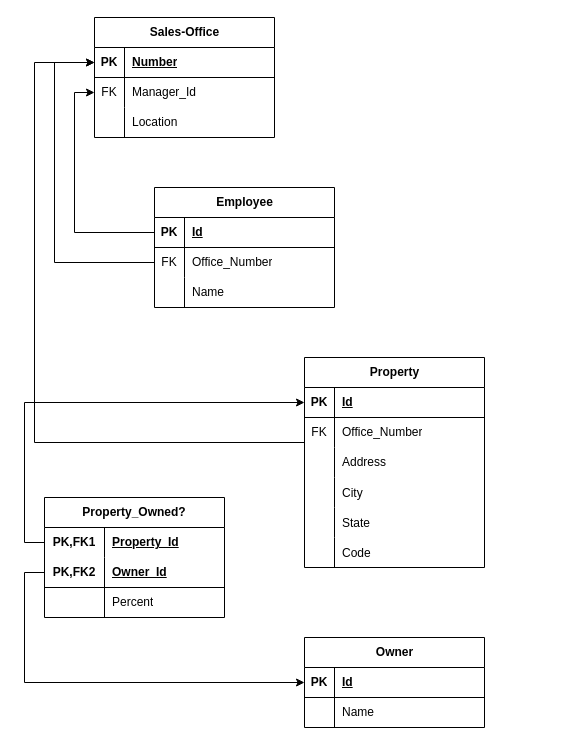
omareldesokyy/ERD keeps this draw.io diagram as Mapping/mapping-sales.drawio. Above is the earlier version. Source tidied: cells renumbered, new cells numbered last; positions are measured from the earlier drawing's top-left corner, leaving out a move shared by most shapes. Both pictures are drawn from the tidied source at 100%, with x=0, y=0 at pixel (34, 17).
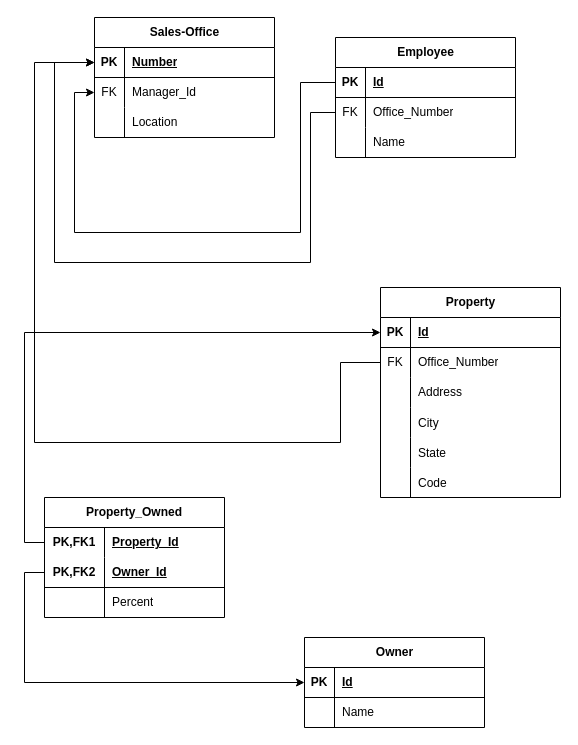
Above is the later version.

The change refers to these unchanged cells:
```xml
<mxCell id="3" style="shape=tableRow;horizontal=0;startSize=0;swimlaneHead=0;swimlaneBody=0;fillColor=none;points=[[0,0.5],[1,0.5]];portConstraint=eastwest;top=0;left=0;right=0;bottom=1;" parent="2" vertex="1">
  <mxGeometry y="30" width="180" height="30" as="geometry" />
</mxCell>
<mxCell id="6" style="shape=tableRow;horizontal=0;startSize=0;swimlaneHead=0;swimlaneBody=0;fillColor=none;points=[[0,0.5],[1,0.5]];portConstraint=eastwest;top=0;left=0;right=0;bottom=0;" parent="2" vertex="1">
  <mxGeometry y="60" width="180" height="30" as="geometry" />
</mxCell>
<mxCell id="13" style="shape=tableRow;horizontal=0;startSize=0;swimlaneHead=0;swimlaneBody=0;fillColor=none;points=[[0,0.5],[1,0.5]];portConstraint=eastwest;top=0;left=0;right=0;bottom=1;shadow=0;" parent="12" vertex="1">
  <mxGeometry y="30" width="180" height="30" as="geometry" />
</mxCell>
<mxCell id="16" style="shape=tableRow;horizontal=0;startSize=0;swimlaneHead=0;swimlaneBody=0;fillColor=none;points=[[0,0.5],[1,0.5]];portConstraint=eastwest;top=0;left=0;right=0;bottom=0;" parent="12" vertex="1">
  <mxGeometry y="60" width="180" height="30" as="geometry" />
</mxCell>
<mxCell id="26" style="shape=tableRow;horizontal=0;startSize=0;swimlaneHead=0;swimlaneBody=0;fillColor=none;points=[[0,0.5],[1,0.5]];portConstraint=eastwest;top=0;left=0;right=0;bottom=0;" parent="22" vertex="1">
  <mxGeometry y="60" width="180" height="30" as="geometry" />
</mxCell>
```

What changed in the source:
```diff
@@
     <mxCell id="12" value="Employee" style="shape=table;startSize=30;childLayout=tableLayout;rowLines=0;fontStyle=1;align=center;html=1;shadow=0;" parent="1" vertex="1">
-      <mxGeometry x="120" y="170" width="180" height="120" as="geometry" />
+      <mxGeometry x="301" y="20" width="180" height="120" as="geometry" />
     </mxCell>
@@
     <mxCell id="22" value="Property" style="shape=table;startSize=30;childLayout=tableLayout;rowLines=0;fontStyle=1;align=center;html=1;" parent="1" vertex="1">
-      <mxGeometry x="270" y="340" width="180" height="210" as="geometry" />
+      <mxGeometry x="346" y="270" width="180" height="210" as="geometry" />
     </mxCell>
@@
     <mxCell id="48" style="edgeStyle=orthogonalEdgeStyle;rounded=0;jettySize=auto;html=1;exitX=0;exitY=0.5;exitDx=0;exitDy=0;entryX=0;entryY=0.5;entryDx=0;entryDy=0;" parent="1" edge="1" source="16" target="3">
       <mxGeometry relative="1" as="geometry">
         <Array as="points">
+          <mxPoint x="276" y="95" />
+          <mxPoint x="276" y="245" />
           <mxPoint x="20" y="245" />
           <mxPoint x="20" y="45" />
         </Array>
       </mxGeometry>
     </mxCell>
     <mxCell id="49" style="edgeStyle=orthogonalEdgeStyle;rounded=0;jettySize=auto;html=1;exitX=0;exitY=0.5;exitDx=0;exitDy=0;entryX=0;entryY=0.5;entryDx=0;entryDy=0;" parent="1" edge="1" source="13" target="6">
       <mxGeometry relative="1" as="geometry">
         <Array as="points">
+          <mxPoint x="266" y="65" />
+          <mxPoint x="266" y="215" />
           <mxPoint x="40" y="215" />
           <mxPoint x="40" y="75" />
         </Array>
       </mxGeometry>
     </mxCell>
     <mxCell id="50" style="edgeStyle=orthogonalEdgeStyle;rounded=0;jettySize=auto;html=1;exitX=0;exitY=0.5;exitDx=0;exitDy=0;entryX=0;entryY=0.5;entryDx=0;entryDy=0;" parent="1" edge="1" source="26" target="3">
       <mxGeometry relative="1" as="geometry">
         <Array as="points">
+          <mxPoint x="306" y="345" />
+          <mxPoint x="306" y="425" />
           <mxPoint y="425" />
           <mxPoint y="45" />
         </Array>
       </mxGeometry>
     </mxCell>
-    <mxCell id="51" value="&lt;span style=&quot;text-wrap-mode: nowrap;&quot;&gt;Property_Owned?&lt;/span&gt;" style="shape=table;startSize=30;childLayout=tableLayout;rowLines=0;fontStyle=1;align=center;html=1;whiteSpace=wrap;" parent="1" vertex="1">
+    <mxCell id="51" value="&lt;span style=&quot;text-wrap-mode: nowrap;&quot;&gt;Property_Owned&lt;/span&gt;" style="shape=table;startSize=30;childLayout=tableLayout;rowLines=0;fontStyle=1;align=center;html=1;whiteSpace=wrap;" parent="1" vertex="1">
       <mxGeometry x="10" y="480" width="180" height="120" as="geometry" />
     </mxCell>
```
